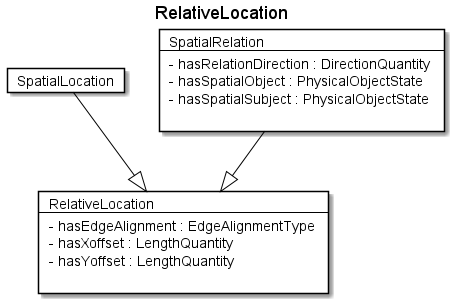
Before: fragments/diagrams/RelativeLocation.png, a diagram exported from PlantUML (rtigran/rdf2adoc).
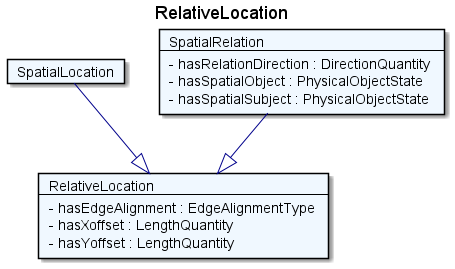
The same file after the commit.

The edit, as a diff of the source:
```diff
@@ -1,25 +1,23 @@
 @startuml
 Title RelativeLocation
 
-Card RelativeLocation #fff [
+Card RelativeLocation #F0F8FF [
 RelativeLocation
 ----
 - hasEdgeAlignment : EdgeAlignmentType
 - hasXoffset : LengthQuantity
 - hasYoffset : LengthQuantity
-
 ]
-Card SpatialLocation #fff [
+Card SpatialLocation #F0F8FF [
 SpatialLocation
 ]
-SpatialLocation --|> RelativeLocation  #000
-Card SpatialRelation #fff [
+SpatialLocation --|> RelativeLocation  #00008B
+Card SpatialRelation #F0F8FF [
 SpatialRelation
 ----
 - hasRelationDirection : DirectionQuantity
 - hasSpatialObject : PhysicalObjectState
 - hasSpatialSubject : PhysicalObjectState
-
 ]
-SpatialRelation --|> RelativeLocation  #000
+SpatialRelation --|> RelativeLocation  #00008B
 @enduml
```
